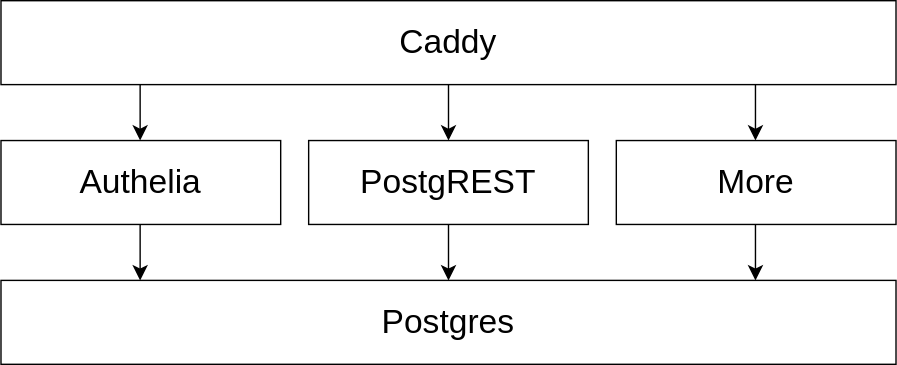
This is images/architecture-light.svg from minibasehq/minibase, a draw.io export, as it was before one commit. Source tidied: cells renumbered, new cells last; positions are measured from the earlier drawing's top-left corner, leaving out a move shared by most shapes.
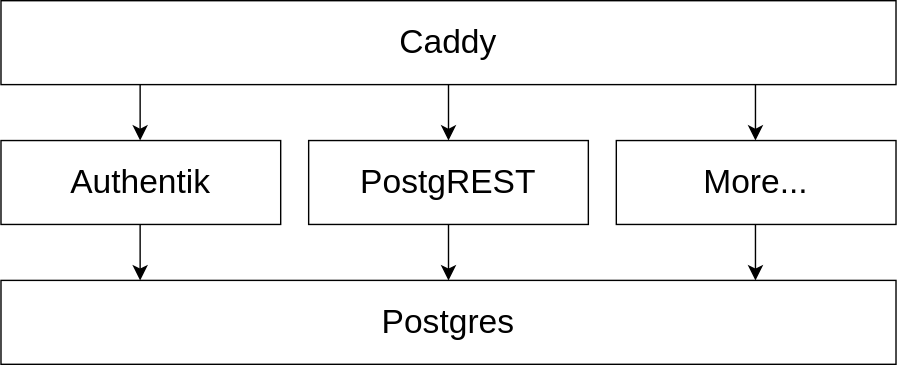
Above is the later version.

Commit message:
Change Authelia to Authentik in architecture diagrams

What changed in the source:
```diff
@@ -29,7 +29,7 @@
         <mxPoint x="153.5" y="154" as="targetPoint" />
       </mxGeometry>
     </mxCell>
-    <mxCell id="8" value="&lt;font style=&quot;font-size: 24px;&quot;&gt;Authelia&lt;/font&gt;" style="rounded=0;whiteSpace=wrap;html=1;" parent="1" vertex="1">
+    <mxCell id="8" value="&lt;font style=&quot;font-size: 24px;&quot;&gt;Authentik&lt;/font&gt;" style="rounded=0;whiteSpace=wrap;html=1;" parent="1" vertex="1">
       <mxGeometry y="100" width="200" height="60" as="geometry" />
     </mxCell>
     <mxCell id="9" style="edgeStyle=none;curved=1;rounded=0;jettySize=auto;html=1;fontSize=12;startSize=8;endSize=8;" parent="1" edge="1" source="10" target="5">
@@ -38,7 +38,7 @@
     <mxCell id="10" value="&lt;font style=&quot;font-size: 24px;&quot;&gt;PostgREST&lt;/font&gt;" style="rounded=0;whiteSpace=wrap;html=1;" parent="1" vertex="1">
       <mxGeometry x="220" y="100" width="200" height="60" as="geometry" />
     </mxCell>
-    <mxCell id="11" value="&lt;font style=&quot;font-size: 24px;&quot;&gt;More&lt;/font&gt;" style="rounded=0;whiteSpace=wrap;html=1;" parent="1" vertex="1">
+    <mxCell id="11" value="&lt;font style=&quot;font-size: 24px;&quot;&gt;More...&lt;/font&gt;" style="rounded=0;whiteSpace=wrap;html=1;" parent="1" vertex="1">
       <mxGeometry x="440" y="100" width="200" height="60" as="geometry" />
     </mxCell>
     <mxCell id="12" style="edgeStyle=none;curved=1;rounded=0;orthogonalLoop=1;jettySize=auto;html=1;fontSize=12;startSize=8;endSize=8;" parent="1" edge="1">
```
